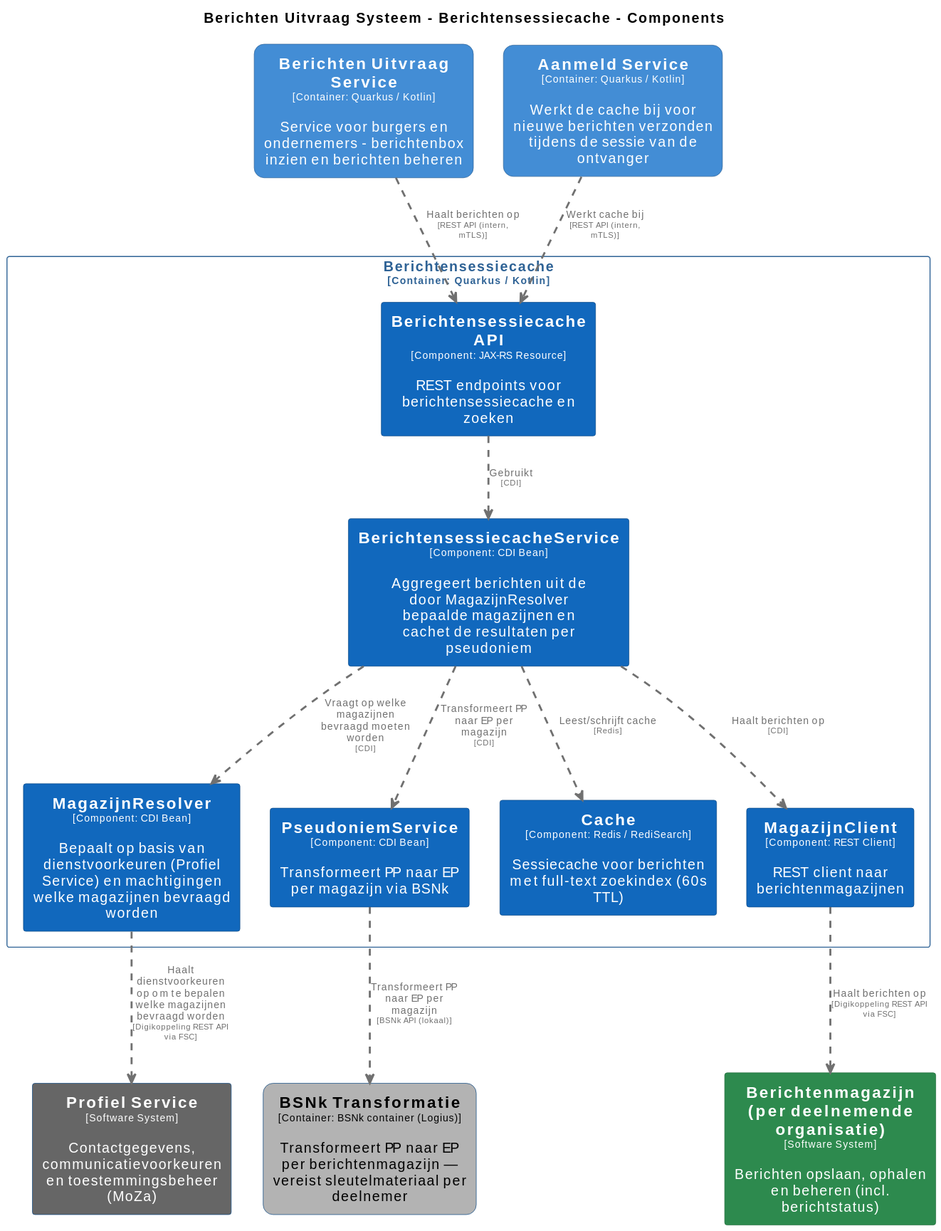
Earlier version of the PlantUML export master/svg/BerichtensessiecacheComponenten.svg (MinBZK/moza-poc-fbs-berichtenbox). Its source is kept beside it as master/puml/BerichtensessiecacheComponenten.puml.
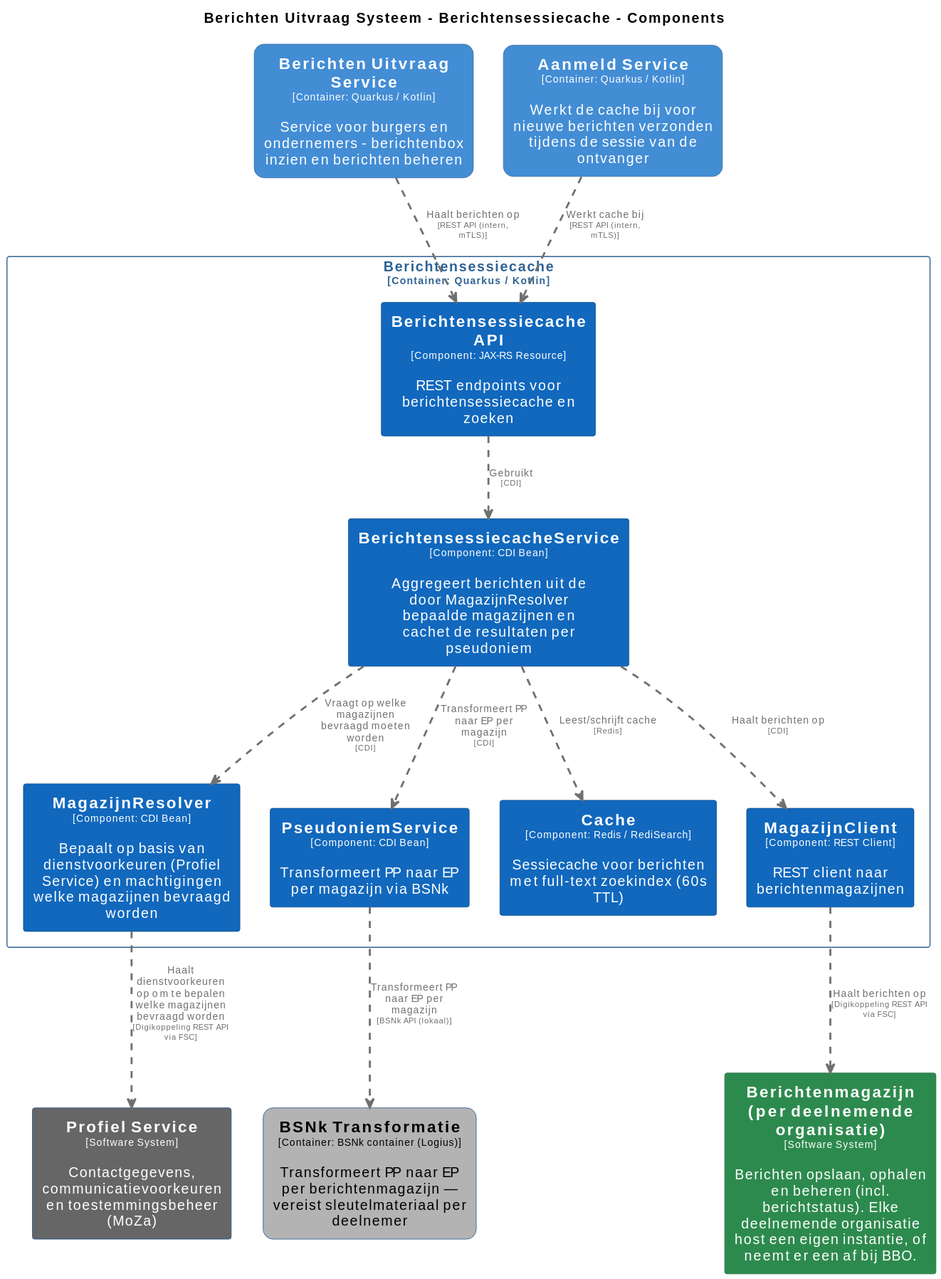
The same file after the commit.

The edit, as a diff of the source:
```diff
@@ -91,7 +91,7 @@
 }
 
 rectangle "==Profiel Service\n<size:10>[Software System]</size>\n\nContactgegevens, communicatievoorkeuren en toestemmingsbeheer (MoZa)" <<ProfielService>> as ProfielService
-rectangle "==Berichtenmagazijn (per deelnemende organisatie)\n<size:10>[Software System]</size>\n\nBerichten opslaan, ophalen en beheren (incl. berichtstatus)" <<Berichtenmagazijnperdeelnemendeorganisatie>> as Berichtenmagazijnperdeelnemendeorganisatie
+rectangle "==Berichtenmagazijn (per deelnemende organisatie)\n<size:10>[Software System]</size>\n\nBerichten opslaan, ophalen en beheren (incl. berichtstatus). Elke deelnemende organisatie host een eigen instantie, of neemt er een af bij BBO." <<Berichtenmagazijnperdeelnemendeorganisatie>> as Berichtenmagazijnperdeelnemendeorganisatie
 rectangle "==Berichten Uitvraag Service\n<size:10>[Container: Quarkus / Kotlin]</size>\n\nService voor burgers en ondernemers - berichtenbox inzien en berichten beheren" <<BerichtenUitvraagSysteem.BerichtenUitvraagService>> as BerichtenUitvraagSysteem.BerichtenUitvraagService
 rectangle "==BSNk Transformatie\n<size:10>[Container: BSNk container (Logius)]</size>\n\nTransformeert PP naar EP per berichtenmagazijn — vereist sleutelmateriaal per deelnemer" <<BerichtenUitvraagSysteem.BSNkTransformatie>> as BerichtenUitvraagSysteem.BSNkTransformatie
 rectangle "==Aanmeld Service\n<size:10>[Container: Quarkus / Kotlin]</size>\n\nWerkt de cache bij voor nieuwe berichten verzonden tijdens de sessie van de ontvanger" <<BerichtenUitvraagSysteem.AanmeldService>> as BerichtenUitvraagSysteem.AanmeldService
```
